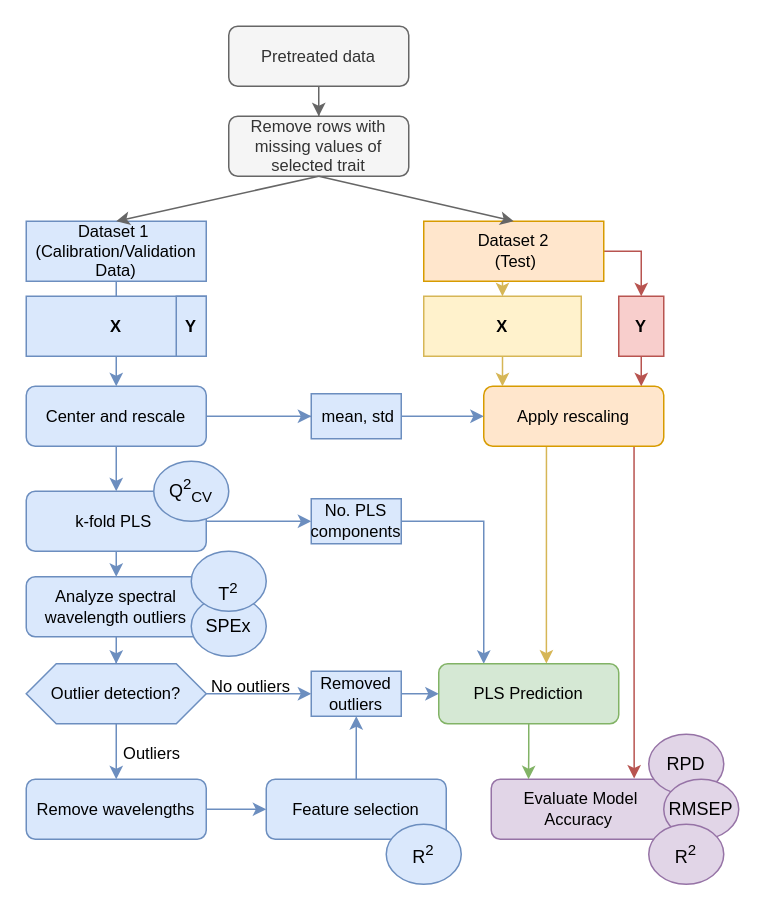
Earlier version of the draw.io diagram Documentation/flowchart.drawio (us-ja/ADAML-Hyperspectral-Soft-Sensor). Source tidied: cells renumbered, new cells numbered last; positions are measured from the earlier drawing's top-left corner, leaving out a move shared by most shapes. Both pictures are drawn from the tidied source at 150%, with x=0, y=0 at pixel (26, 26).
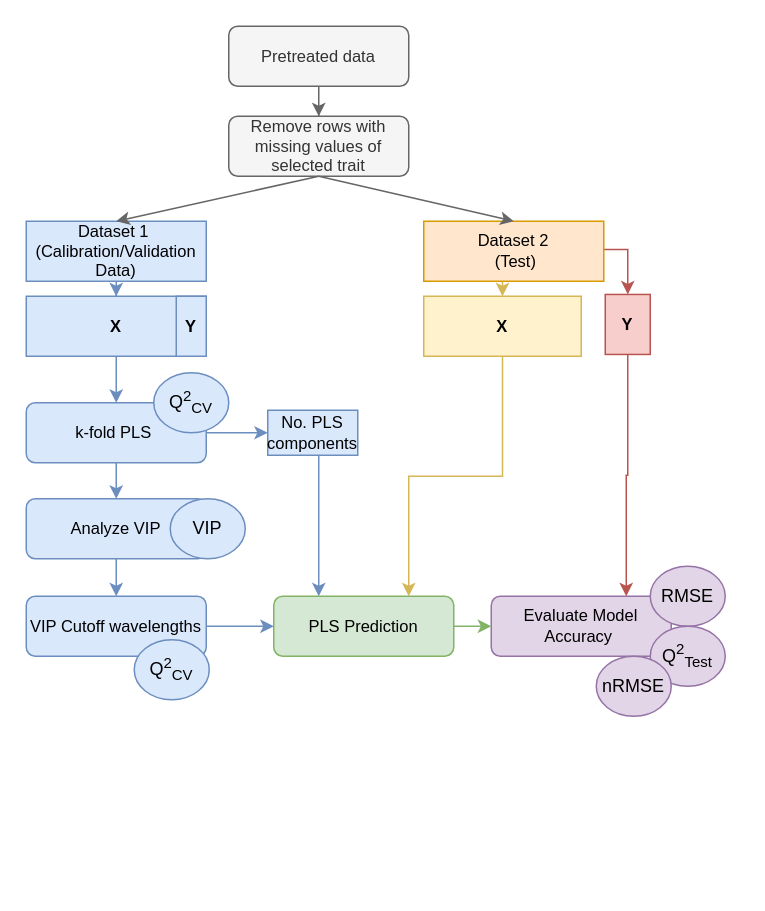
After the change.

Unchanged cells that the change refers to:
```xml
<mxCell id="2" value="&lt;b&gt;X&lt;/b&gt;" style="rounded=0;whiteSpace=wrap;html=1;fontSize=11;fillColor=#fff2cc;strokeColor=#d6b656;" parent="1" vertex="1">
  <mxGeometry x="265" y="180" width="105" height="40" as="geometry" />
</mxCell>
<mxCell id="11" value="Dataset 1&amp;nbsp;&lt;div&gt;(Calibration/Validation Data)&lt;/div&gt;" style="rounded=0;whiteSpace=wrap;html=1;fontSize=11;fillColor=#dae8fc;strokeColor=#6c8ebf;" parent="1" vertex="1">
  <mxGeometry y="130" width="120" height="40" as="geometry" />
</mxCell>
<mxCell id="14" value="Dataset 2&lt;div&gt;&amp;nbsp;(Test)&lt;/div&gt;" style="rounded=0;whiteSpace=wrap;html=1;fontSize=11;fillColor=#ffe6cc;strokeColor=#d79b00;" parent="1" vertex="1">
  <mxGeometry x="265" y="130" width="120" height="40" as="geometry" />
</mxCell>
<mxCell id="34" value="&lt;b&gt;X&lt;/b&gt;" style="rounded=0;whiteSpace=wrap;html=1;fontSize=11;fillColor=#dae8fc;strokeColor=#6c8ebf;" parent="1" vertex="1">
  <mxGeometry y="180" width="120" height="40" as="geometry" />
</mxCell>
```

Change to the diagram source:
```diff
@@
+    <mxCell id="55" style="edgeStyle=orthogonalEdgeStyle;rounded=0;jettySize=auto;html=1;fillColor=#fff2cc;strokeColor=#d6b656;entryX=0.75;entryY=0;entryDx=0;entryDy=0;" parent="1" edge="1" source="2" target="30">
+      <mxGeometry relative="1" as="geometry" />
+    </mxCell>
@@
-    <mxCell id="3" style="edgeStyle=orthogonalEdgeStyle;rounded=0;jettySize=auto;html=1;fontSize=11;fillColor=#dae8fc;strokeColor=#6c8ebf;" parent="1" edge="1" source="5" target="54">
-      <mxGeometry relative="1" as="geometry" />
-    </mxCell>
-    <mxCell id="4" style="edgeStyle=orthogonalEdgeStyle;rounded=0;jettySize=auto;html=1;entryX=0.5;entryY=0;entryDx=0;entryDy=0;fontSize=11;fillColor=#dae8fc;strokeColor=#6c8ebf;" parent="1" edge="1" source="5" target="27">
+    <mxCell id="4" style="edgeStyle=orthogonalEdgeStyle;rounded=0;jettySize=auto;html=1;entryX=0.5;entryY=0;entryDx=0;entryDy=0;fontSize=11;fillColor=#dae8fc;strokeColor=#6c8ebf;exitX=0.5;exitY=1;exitDx=0;exitDy=0;" parent="1" edge="1" source="34" target="27">
       <mxGeometry relative="1" as="geometry" />
     </mxCell>
-    <mxCell id="5" value="Center and rescale" style="rounded=1;whiteSpace=wrap;html=1;fontSize=11;fillColor=#dae8fc;strokeColor=#6c8ebf;" parent="1" vertex="1">
-      <mxGeometry y="240" width="120" height="40" as="geometry" />
-    </mxCell>
@@
     <mxCell id="8" value="&lt;b&gt;Y&lt;/b&gt;" style="rounded=0;whiteSpace=wrap;html=1;fontSize=11;fillColor=#f8cecc;strokeColor=#b85450;" parent="1" vertex="1">
-      <mxGeometry x="395" y="180" width="30" height="40" as="geometry" />
+      <mxGeometry x="386" y="178.8" width="30" height="40" as="geometry" />
     </mxCell>
@@
-    <mxCell id="10" style="edgeStyle=orthogonalEdgeStyle;rounded=0;jettySize=auto;html=1;entryX=0.5;entryY=0;entryDx=0;entryDy=0;fontSize=11;fillColor=#dae8fc;strokeColor=#6c8ebf;" parent="1" edge="1" source="11" target="5">
-      <mxGeometry relative="1" as="geometry" />
-    </mxCell>
+    <mxCell id="56" style="edgeStyle=orthogonalEdgeStyle;rounded=0;jettySize=auto;html=1;entryX=0.5;entryY=0;entryDx=0;entryDy=0;fillColor=#dae8fc;strokeColor=#6c8ebf;" parent="1" edge="1" source="11" target="34">
+      <mxGeometry relative="1" as="geometry" />
+    </mxCell>
@@
-    <mxCell id="13" style="edgeStyle=orthogonalEdgeStyle;rounded=0;jettySize=auto;html=1;entryX=0.5;entryY=0;entryDx=0;entryDy=0;fontSize=11;fillColor=#f8cecc;strokeColor=#b85450;" parent="1" edge="1" source="14" target="8">
+    <mxCell id="13" style="edgeStyle=orthogonalEdgeStyle;rounded=0;jettySize=auto;html=1;entryX=0.5;entryY=0;entryDx=0;entryDy=0;fontSize=11;fillColor=#f8cecc;strokeColor=#b85450;" parent="1" edge="1" target="8">
       <mxGeometry relative="1" as="geometry">
+        <mxPoint x="376" y="148.8" as="sourcePoint" />
         <Array as="points">
-          <mxPoint x="410" y="150" />
+          <mxPoint x="401" y="148.8" />
         </Array>
       </mxGeometry>
     </mxCell>
@@
-    <mxCell id="17" style="edgeStyle=orthogonalEdgeStyle;rounded=0;jettySize=auto;html=1;entryX=0.598;entryY=-0.004;entryDx=0;entryDy=0;fillColor=#fff2cc;strokeColor=#d6b656;exitX=0.376;exitY=0.993;exitDx=0;exitDy=0;exitPerimeter=0;entryPerimeter=0;" parent="1" edge="1" source="19" target="30">
-      <mxGeometry relative="1" as="geometry">
-        <Array as="points">
-          <mxPoint x="346.8" y="279.7" />
-        </Array>
-      </mxGeometry>
-    </mxCell>
-    <mxCell id="18" style="edgeStyle=orthogonalEdgeStyle;rounded=0;jettySize=auto;html=1;exitX=0.835;exitY=0.994;exitDx=0;exitDy=0;exitPerimeter=0;fillColor=#f8cecc;strokeColor=#b85450;entryX=0.794;entryY=-0.012;entryDx=0;entryDy=0;entryPerimeter=0;" parent="1" edge="1" source="19" target="33">
-      <mxGeometry relative="1" as="geometry" />
-    </mxCell>
-    <mxCell id="19" value="Apply rescaling" style="rounded=1;whiteSpace=wrap;html=1;fontSize=11;fillColor=#ffe6cc;strokeColor=#d79b00;" parent="1" vertex="1">
-      <mxGeometry x="305" y="240" width="120" height="40" as="geometry" />
-    </mxCell>
-    <mxCell id="20" style="edgeStyle=orthogonalEdgeStyle;rounded=0;jettySize=auto;html=1;fontSize=11;fillColor=#dae8fc;strokeColor=#6c8ebf;" parent="1" edge="1" source="54" target="19">
-      <mxGeometry relative="1" as="geometry" />
-    </mxCell>
-    <mxCell id="21" style="edgeStyle=orthogonalEdgeStyle;rounded=0;jettySize=auto;html=1;entryX=0;entryY=0.5;entryDx=0;entryDy=0;fontSize=11;fillColor=#dae8fc;strokeColor=#6c8ebf;" parent="1" edge="1" source="22" target="42">
+    <mxCell id="21" style="edgeStyle=orthogonalEdgeStyle;rounded=0;jettySize=auto;html=1;entryX=0.5;entryY=0;entryDx=0;entryDy=0;fontSize=11;fillColor=#dae8fc;strokeColor=#6c8ebf;" parent="1" edge="1" source="22" target="42">
       <mxGeometry relative="1" as="geometry" />
     </mxCell>
-    <mxCell id="22" value="Remove wavelengths" style="rounded=1;whiteSpace=wrap;html=1;fontSize=11;fillColor=#dae8fc;strokeColor=#6c8ebf;" parent="1" vertex="1">
-      <mxGeometry y="502" width="120" height="40" as="geometry" />
+    <mxCell id="22" value="Analyze VIP" style="rounded=1;whiteSpace=wrap;html=1;fontSize=11;fillColor=#dae8fc;strokeColor=#6c8ebf;" parent="1" vertex="1">
+      <mxGeometry y="315" width="120" height="40" as="geometry" />
     </mxCell>
-    <mxCell id="23" style="edgeStyle=orthogonalEdgeStyle;rounded=0;jettySize=auto;html=1;fillColor=#dae8fc;strokeColor=#6c8ebf;" parent="1" edge="1" source="24" target="38">
-      <mxGeometry relative="1" as="geometry" />
-    </mxCell>
-    <mxCell id="24" value="Analyze spectral wavelength outliers" style="rounded=1;whiteSpace=wrap;html=1;fontSize=11;fillColor=#dae8fc;strokeColor=#6c8ebf;" parent="1" vertex="1">
-      <mxGeometry y="367" width="120" height="40" as="geometry" />
-    </mxCell>
@@
-    <mxCell id="26" style="edgeStyle=orthogonalEdgeStyle;rounded=0;jettySize=auto;html=1;entryX=0.5;entryY=0;entryDx=0;entryDy=0;fillColor=#dae8fc;strokeColor=#6c8ebf;" parent="1" edge="1" source="27" target="24">
-      <mxGeometry relative="1" as="geometry">
-        <Array as="points">
-          <mxPoint x="60" y="360" />
-          <mxPoint x="60" y="360" />
-        </Array>
-      </mxGeometry>
-    </mxCell>
     <mxCell id="27" value="k-fold PLS&amp;nbsp;" style="rounded=1;whiteSpace=wrap;html=1;fontSize=11;fillColor=#dae8fc;strokeColor=#6c8ebf;" parent="1" vertex="1">
-      <mxGeometry y="310" width="120" height="40" as="geometry" />
+      <mxGeometry y="251" width="120" height="40" as="geometry" />
     </mxCell>
     <mxCell id="28" style="edgeStyle=orthogonalEdgeStyle;rounded=0;jettySize=auto;html=1;fontSize=11;fillColor=#dae8fc;strokeColor=#6c8ebf;entryX=0.25;entryY=0;entryDx=0;entryDy=0;" parent="1" edge="1" source="29" target="30">
       <mxGeometry relative="1" as="geometry">
         <Array as="points">
-          <mxPoint x="305" y="330" />
+          <mxPoint x="194" y="380" />
         </Array>
       </mxGeometry>
     </mxCell>
     <mxCell id="29" value="No. PLS components" style="rounded=0;whiteSpace=wrap;html=1;fontSize=11;fillColor=#dae8fc;strokeColor=#6c8ebf;" parent="1" vertex="1">
-      <mxGeometry x="190" y="315" width="60" height="30" as="geometry" />
+      <mxGeometry x="161" y="256" width="60" height="30" as="geometry" />
     </mxCell>
     <mxCell id="30" value="PLS Prediction" style="rounded=1;whiteSpace=wrap;html=1;fontSize=11;fillColor=#d5e8d4;strokeColor=#82b366;" parent="1" vertex="1">
-      <mxGeometry x="275" y="425" width="120" height="40" as="geometry" />
+      <mxGeometry x="165" y="380" width="120" height="40" as="geometry" />
     </mxCell>
-    <mxCell id="31" style="edgeStyle=orthogonalEdgeStyle;rounded=0;jettySize=auto;html=1;entryX=0;entryY=0.5;entryDx=0;entryDy=0;fontSize=11;fillColor=#dae8fc;strokeColor=#6c8ebf;" parent="1" edge="1" source="32" target="30">
+    <mxCell id="31" style="edgeStyle=orthogonalEdgeStyle;rounded=0;jettySize=auto;html=1;entryX=0;entryY=0.5;entryDx=0;entryDy=0;fontSize=11;fillColor=#dae8fc;strokeColor=#6c8ebf;exitX=1;exitY=0.5;exitDx=0;exitDy=0;" parent="1" edge="1" source="42" target="30">
       <mxGeometry relative="1" as="geometry" />
     </mxCell>
-    <mxCell id="32" value="Removed outliers" style="rounded=0;whiteSpace=wrap;html=1;fontSize=11;fillColor=#dae8fc;strokeColor=#6c8ebf;" parent="1" vertex="1">
-      <mxGeometry x="190" y="430" width="60" height="30" as="geometry" />
-    </mxCell>
     <mxCell id="33" value="Evaluate Model Accuracy&amp;nbsp;" style="rounded=1;whiteSpace=wrap;html=1;fontSize=11;fillColor=#e1d5e7;strokeColor=#9673a6;" parent="1" vertex="1">
-      <mxGeometry x="310" y="502" width="120" height="40" as="geometry" />
+      <mxGeometry x="310" y="380" width="120" height="40" as="geometry" />
     </mxCell>
@@
-    <mxCell id="36" style="edgeStyle=orthogonalEdgeStyle;rounded=0;jettySize=auto;html=1;entryX=0;entryY=0.5;entryDx=0;entryDy=0;fontSize=11;fillColor=#dae8fc;strokeColor=#6c8ebf;" parent="1" edge="1" source="38" target="32">
-      <mxGeometry relative="1" as="geometry" />
-    </mxCell>
-    <mxCell id="37" style="edgeStyle=orthogonalEdgeStyle;rounded=0;jettySize=auto;html=1;entryX=0.5;entryY=0;entryDx=0;entryDy=0;fontSize=11;fillColor=#dae8fc;strokeColor=#6c8ebf;" parent="1" edge="1" source="38" target="22">
+    <mxCell id="37" style="edgeStyle=orthogonalEdgeStyle;rounded=0;jettySize=auto;html=1;entryX=0.5;entryY=0;entryDx=0;entryDy=0;fontSize=11;fillColor=#dae8fc;strokeColor=#6c8ebf;exitX=0.5;exitY=1;exitDx=0;exitDy=0;" parent="1" edge="1" source="27" target="22">
       <mxGeometry relative="1" as="geometry" />
     </mxCell>
-    <mxCell id="38" value="Outlier detection?" style="shape=hexagon;perimeter=hexagonPerimeter2;whiteSpace=wrap;html=1;shapeInside=1;fixedSize=1;fontSize=11;fillColor=#dae8fc;strokeColor=#6c8ebf;" parent="1" vertex="1">
-      <mxGeometry y="425" width="120" height="40" as="geometry" />
-    </mxCell>
-    <mxCell id="39" value="No outliers" style="text;html=1;whiteSpace=wrap;align=center;verticalAlign=middle;rounded=0;fontSize=11;" parent="1" vertex="1">
-      <mxGeometry x="120" y="425" width="60" height="30" as="geometry" />
-    </mxCell>
-    <mxCell id="40" value="Outliers" style="text;html=1;whiteSpace=wrap;align=center;verticalAlign=middle;rounded=0;fontSize=11;" parent="1" vertex="1">
-      <mxGeometry x="54" y="470" width="60" height="30" as="geometry" />
-    </mxCell>
-    <mxCell id="41" style="edgeStyle=orthogonalEdgeStyle;rounded=0;jettySize=auto;html=1;entryX=0.5;entryY=1;entryDx=0;entryDy=0;fillColor=#dae8fc;strokeColor=#6c8ebf;" parent="1" edge="1" source="42" target="32">
-      <mxGeometry relative="1" as="geometry" />
-    </mxCell>
-    <mxCell id="42" value="Feature selection" style="rounded=1;whiteSpace=wrap;html=1;fontSize=11;fillColor=#dae8fc;strokeColor=#6c8ebf;" parent="1" vertex="1">
-      <mxGeometry x="160" y="502" width="120" height="40" as="geometry" />
+    <mxCell id="42" value="VIP Cutoff wavelengths" style="rounded=1;whiteSpace=wrap;html=1;fontSize=11;fillColor=#dae8fc;strokeColor=#6c8ebf;" parent="1" vertex="1">
+      <mxGeometry y="380" width="120" height="40" as="geometry" />
     </mxCell>
-    <mxCell id="43" style="edgeStyle=orthogonalEdgeStyle;rounded=0;jettySize=auto;html=1;fontSize=11;fillColor=#fff2cc;strokeColor=#d6b656;" parent="1" edge="1" source="2">
-      <mxGeometry relative="1" as="geometry">
-        <mxPoint x="317.5" y="240" as="targetPoint" />
-      </mxGeometry>
-    </mxCell>
-    <mxCell id="44" style="edgeStyle=orthogonalEdgeStyle;rounded=0;jettySize=auto;html=1;entryX=0.207;entryY=-0.001;entryDx=0;entryDy=0;entryPerimeter=0;fillColor=#d5e8d4;strokeColor=#82b366;" parent="1" edge="1" source="30" target="33">
+    <mxCell id="44" style="edgeStyle=orthogonalEdgeStyle;rounded=0;jettySize=auto;html=1;entryX=0;entryY=0.5;entryDx=0;entryDy=0;fillColor=#d5e8d4;strokeColor=#82b366;" parent="1" edge="1" source="30" target="33">
       <mxGeometry relative="1" as="geometry" />
     </mxCell>
-    <mxCell id="45" value="R&lt;sup&gt;2&lt;/sup&gt;" style="ellipse;whiteSpace=wrap;html=1;shapeInside=1;fillColor=#dae8fc;strokeColor=#6c8ebf;" parent="1" vertex="1">
-      <mxGeometry x="240" y="532" width="50" height="40" as="geometry" />
+    <mxCell id="45" value="VIP" style="ellipse;whiteSpace=wrap;html=1;shapeInside=1;fillColor=#dae8fc;strokeColor=#6c8ebf;" parent="1" vertex="1">
+      <mxGeometry x="96" y="315" width="50" height="40" as="geometry" />
     </mxCell>
-    <mxCell id="46" value="RPD" style="ellipse;whiteSpace=wrap;html=1;shapeInside=1;fillColor=#e1d5e7;strokeColor=#9673a6;" parent="1" vertex="1">
-      <mxGeometry x="415" y="472" width="50" height="40" as="geometry" />
-    </mxCell>
-    <mxCell id="47" value="SPEx" style="ellipse;whiteSpace=wrap;html=1;shapeInside=1;fillColor=#dae8fc;strokeColor=#6c8ebf;" parent="1" vertex="1">
-      <mxGeometry x="110" y="380" width="50" height="40" as="geometry" />
-    </mxCell>
-    <mxCell id="48" value="&lt;br&gt;T&lt;sup&gt;2&lt;/sup&gt;" style="ellipse;whiteSpace=wrap;html=1;shapeInside=1;fillColor=#dae8fc;strokeColor=#6c8ebf;" parent="1" vertex="1">
-      <mxGeometry x="110" y="350" width="50" height="40" as="geometry" />
-    </mxCell>
-    <mxCell id="49" value="RMSEP" style="ellipse;whiteSpace=wrap;html=1;shapeInside=1;fillColor=#e1d5e7;strokeColor=#9673a6;" parent="1" vertex="1">
-      <mxGeometry x="425" y="502" width="50" height="40" as="geometry" />
+    <mxCell id="49" value="RMSE" style="ellipse;whiteSpace=wrap;html=1;shapeInside=1;fillColor=#e1d5e7;strokeColor=#9673a6;" parent="1" vertex="1">
+      <mxGeometry x="416" y="360" width="50" height="40" as="geometry" />
     </mxCell>
     <mxCell id="50" value="Q&lt;sup&gt;2&lt;/sup&gt;&lt;sub&gt;CV&lt;/sub&gt;" style="ellipse;whiteSpace=wrap;html=1;shapeInside=1;fillColor=#dae8fc;strokeColor=#6c8ebf;" parent="1" vertex="1">
-      <mxGeometry x="85" y="290" width="50" height="40" as="geometry" />
+      <mxGeometry x="85" y="231" width="50" height="40" as="geometry" />
     </mxCell>
-    <mxCell id="51" value="R&lt;sup&gt;2&lt;/sup&gt;" style="ellipse;whiteSpace=wrap;html=1;shapeInside=1;fillColor=#e1d5e7;strokeColor=#9673a6;" parent="1" vertex="1">
-      <mxGeometry x="415" y="532" width="50" height="40" as="geometry" />
+    <mxCell id="51" value="Q&lt;sup&gt;2&lt;/sup&gt;&lt;sub&gt;Test&lt;/sub&gt;" style="ellipse;whiteSpace=wrap;html=1;shapeInside=1;fillColor=#e1d5e7;strokeColor=#9673a6;" parent="1" vertex="1">
+      <mxGeometry x="416" y="400" width="50" height="40" as="geometry" />
     </mxCell>
-    <mxCell id="52" style="edgeStyle=orthogonalEdgeStyle;rounded=0;jettySize=auto;html=1;entryX=0.881;entryY=0.023;entryDx=0;entryDy=0;entryPerimeter=0;fillColor=#f8cecc;strokeColor=#b85450;" parent="1" edge="1" source="8" target="19">
+    <mxCell id="52" style="edgeStyle=orthogonalEdgeStyle;rounded=0;jettySize=auto;html=1;fillColor=#f8cecc;strokeColor=#b85450;entryX=0.75;entryY=0;entryDx=0;entryDy=0;" parent="1" edge="1" source="8" target="33">
       <mxGeometry relative="1" as="geometry" />
     </mxCell>
-    <mxCell id="53" style="edgeStyle=orthogonalEdgeStyle;rounded=0;jettySize=auto;html=1;fontSize=11;fillColor=#dae8fc;strokeColor=#6c8ebf;" parent="1" edge="1" target="54">
-      <mxGeometry relative="1" as="geometry">
-        <mxPoint x="185" y="260" as="sourcePoint" />
-      </mxGeometry>
-    </mxCell>
-    <mxCell id="54" value="&amp;nbsp;mean, std" style="rounded=0;whiteSpace=wrap;html=1;fontSize=11;fillColor=#dae8fc;strokeColor=#6c8ebf;" parent="1" vertex="1">
-      <mxGeometry x="190" y="245" width="60" height="30" as="geometry" />
-    </mxCell>
+    <mxCell id="57" value="Q&lt;sup&gt;2&lt;/sup&gt;&lt;sub&gt;CV&lt;/sub&gt;" style="ellipse;whiteSpace=wrap;html=1;shapeInside=1;fillColor=#dae8fc;strokeColor=#6c8ebf;" parent="1" vertex="1">
+      <mxGeometry x="72" y="409" width="50" height="40" as="geometry" />
+    </mxCell>
+    <mxCell id="58" value="nRMSE" style="ellipse;whiteSpace=wrap;html=1;shapeInside=1;fillColor=#e1d5e7;strokeColor=#9673a6;" parent="1" vertex="1">
+      <mxGeometry x="380" y="420" width="50" height="40" as="geometry" />
+    </mxCell>
```
